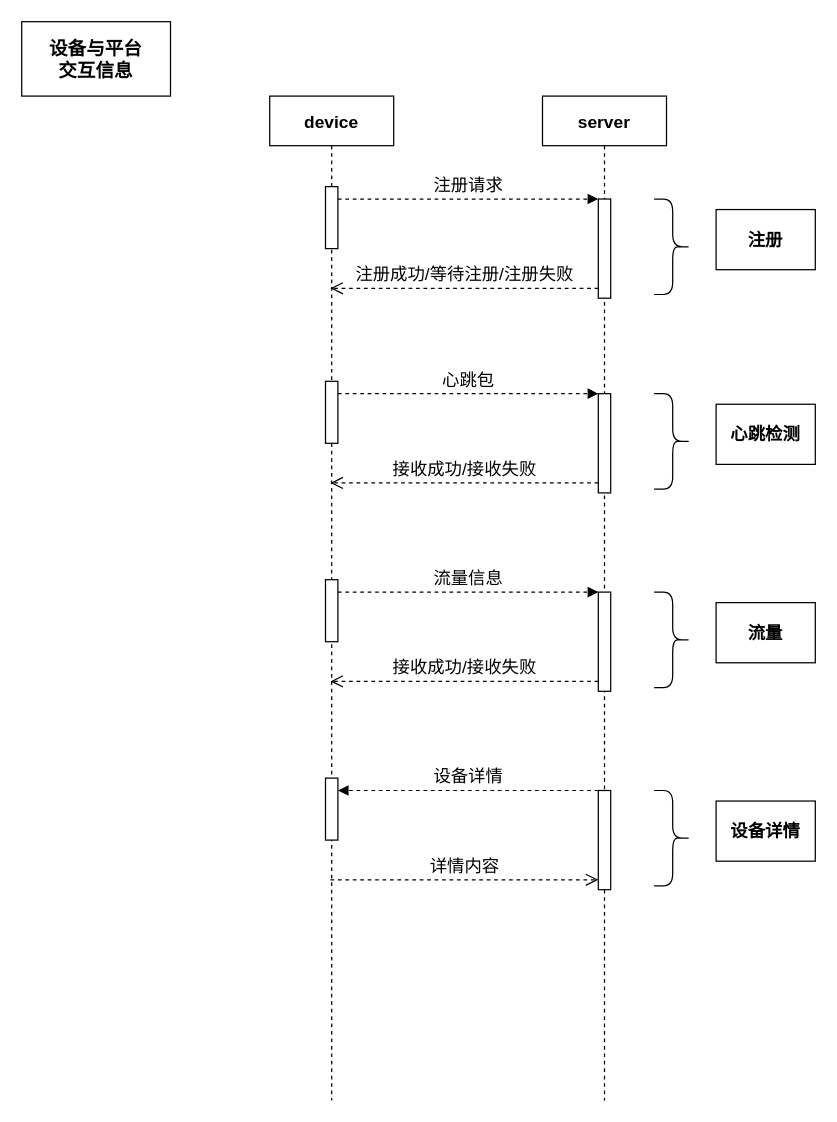
Ltuzhi/diagrams keeps this draw.io diagram as device.drawio. Above is the earlier version. Source tidied: cells renumbered, new cells numbered last; positions are measured from the earlier drawing's top-left corner, leaving out a move shared by most shapes. Both pictures are drawn from the tidied source at 124%, with x=0, y=0 at pixel (21, 21).
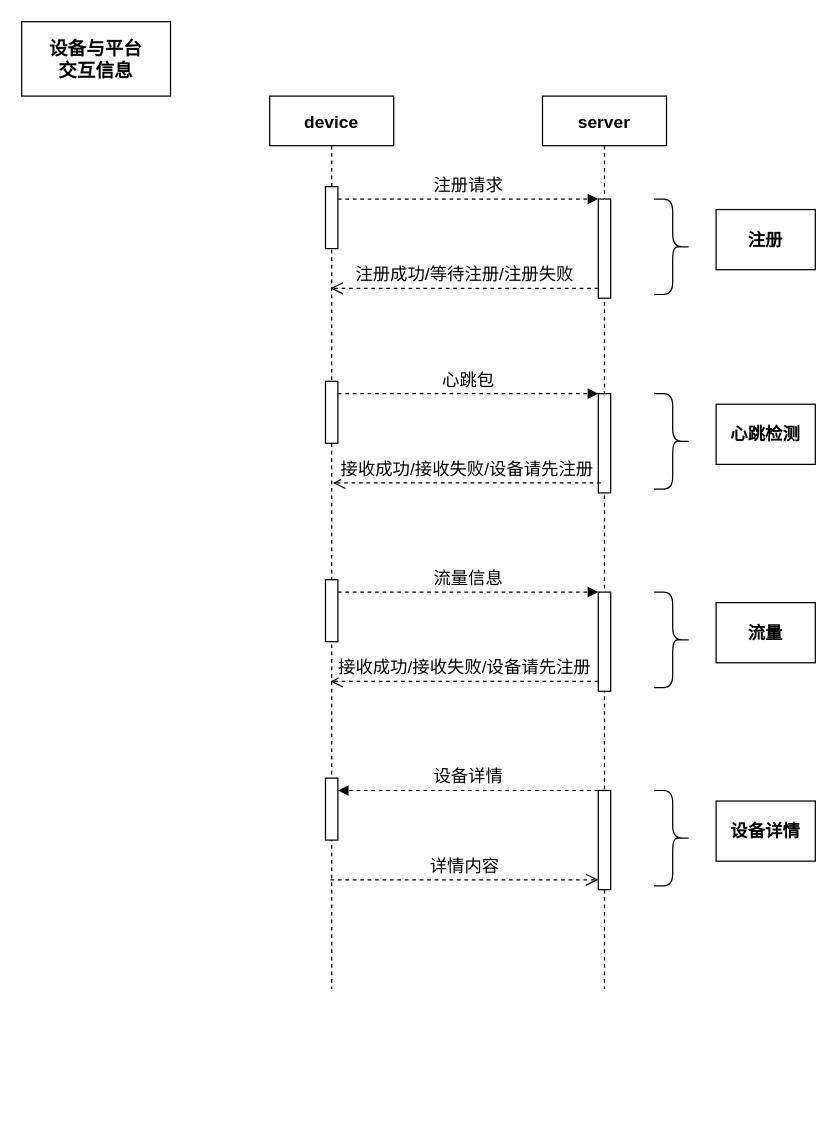
The same diagram, later.

Diff of the diagram source:
```diff
@@
     <mxCell id="2" value="device" style="shape=umlLifeline;perimeter=lifelinePerimeter;rounded=0;shadow=0;strokeWidth=1;fontSize=14;fontStyle=1;" parent="1" vertex="1">
-      <mxGeometry x="200" y="60" width="100" height="810" as="geometry" />
+      <mxGeometry x="200" y="60" width="100" height="720" as="geometry" />
     </mxCell>
     <mxCell id="3" value="server" style="shape=umlLifeline;perimeter=lifelinePerimeter;rounded=0;shadow=0;strokeWidth=1;fontSize=14;fontStyle=1;" parent="1" vertex="1">
-      <mxGeometry x="420" y="60" width="100" height="810" as="geometry" />
+      <mxGeometry x="420" y="60" width="100" height="720" as="geometry" />
     </mxCell>
@@
-    <mxCell id="13" value="接收成功/接收失败" style="html=1;verticalAlign=bottom;endArrow=open;dashed=1;endSize=8;exitX=0;exitY=0.95;fontSize=14;entryX=0.49;entryY=0.27;entryDx=0;entryDy=0;entryPerimeter=0;" parent="1" edge="1">
+    <mxCell id="13" value="接收成功/接收失败/设备请先注册" style="html=1;verticalAlign=bottom;endArrow=open;dashed=1;endSize=8;exitX=0;exitY=0.95;fontSize=14;entryX=0.49;entryY=0.27;entryDx=0;entryDy=0;entryPerimeter=0;" parent="1" edge="1">
       <mxGeometry relative="1" as="geometry">
-        <mxPoint x="465" y="372" as="sourcePoint" />
-        <mxPoint x="249" y="372" as="targetPoint" />
+        <mxPoint x="467" y="372" as="sourcePoint" />
+        <mxPoint x="251" y="372" as="targetPoint" />
       </mxGeometry>
     </mxCell>
@@
-    <mxCell id="19" value="接收成功/接收失败" style="html=1;verticalAlign=bottom;endArrow=open;dashed=1;endSize=8;exitX=0;exitY=0.95;fontSize=14;entryX=0.49;entryY=0.27;entryDx=0;entryDy=0;entryPerimeter=0;" parent="1" edge="1">
+    <mxCell id="19" value="接收成功/接收失败/设备请先注册" style="html=1;verticalAlign=bottom;endArrow=open;dashed=1;endSize=8;exitX=0;exitY=0.95;fontSize=14;entryX=0.49;entryY=0.27;entryDx=0;entryDy=0;entryPerimeter=0;" parent="1" edge="1">
       <mxGeometry relative="1" as="geometry">
         <mxPoint x="465" y="532" as="sourcePoint" />
         <mxPoint x="249" y="532" as="targetPoint" />
       </mxGeometry>
     </mxCell>
```
